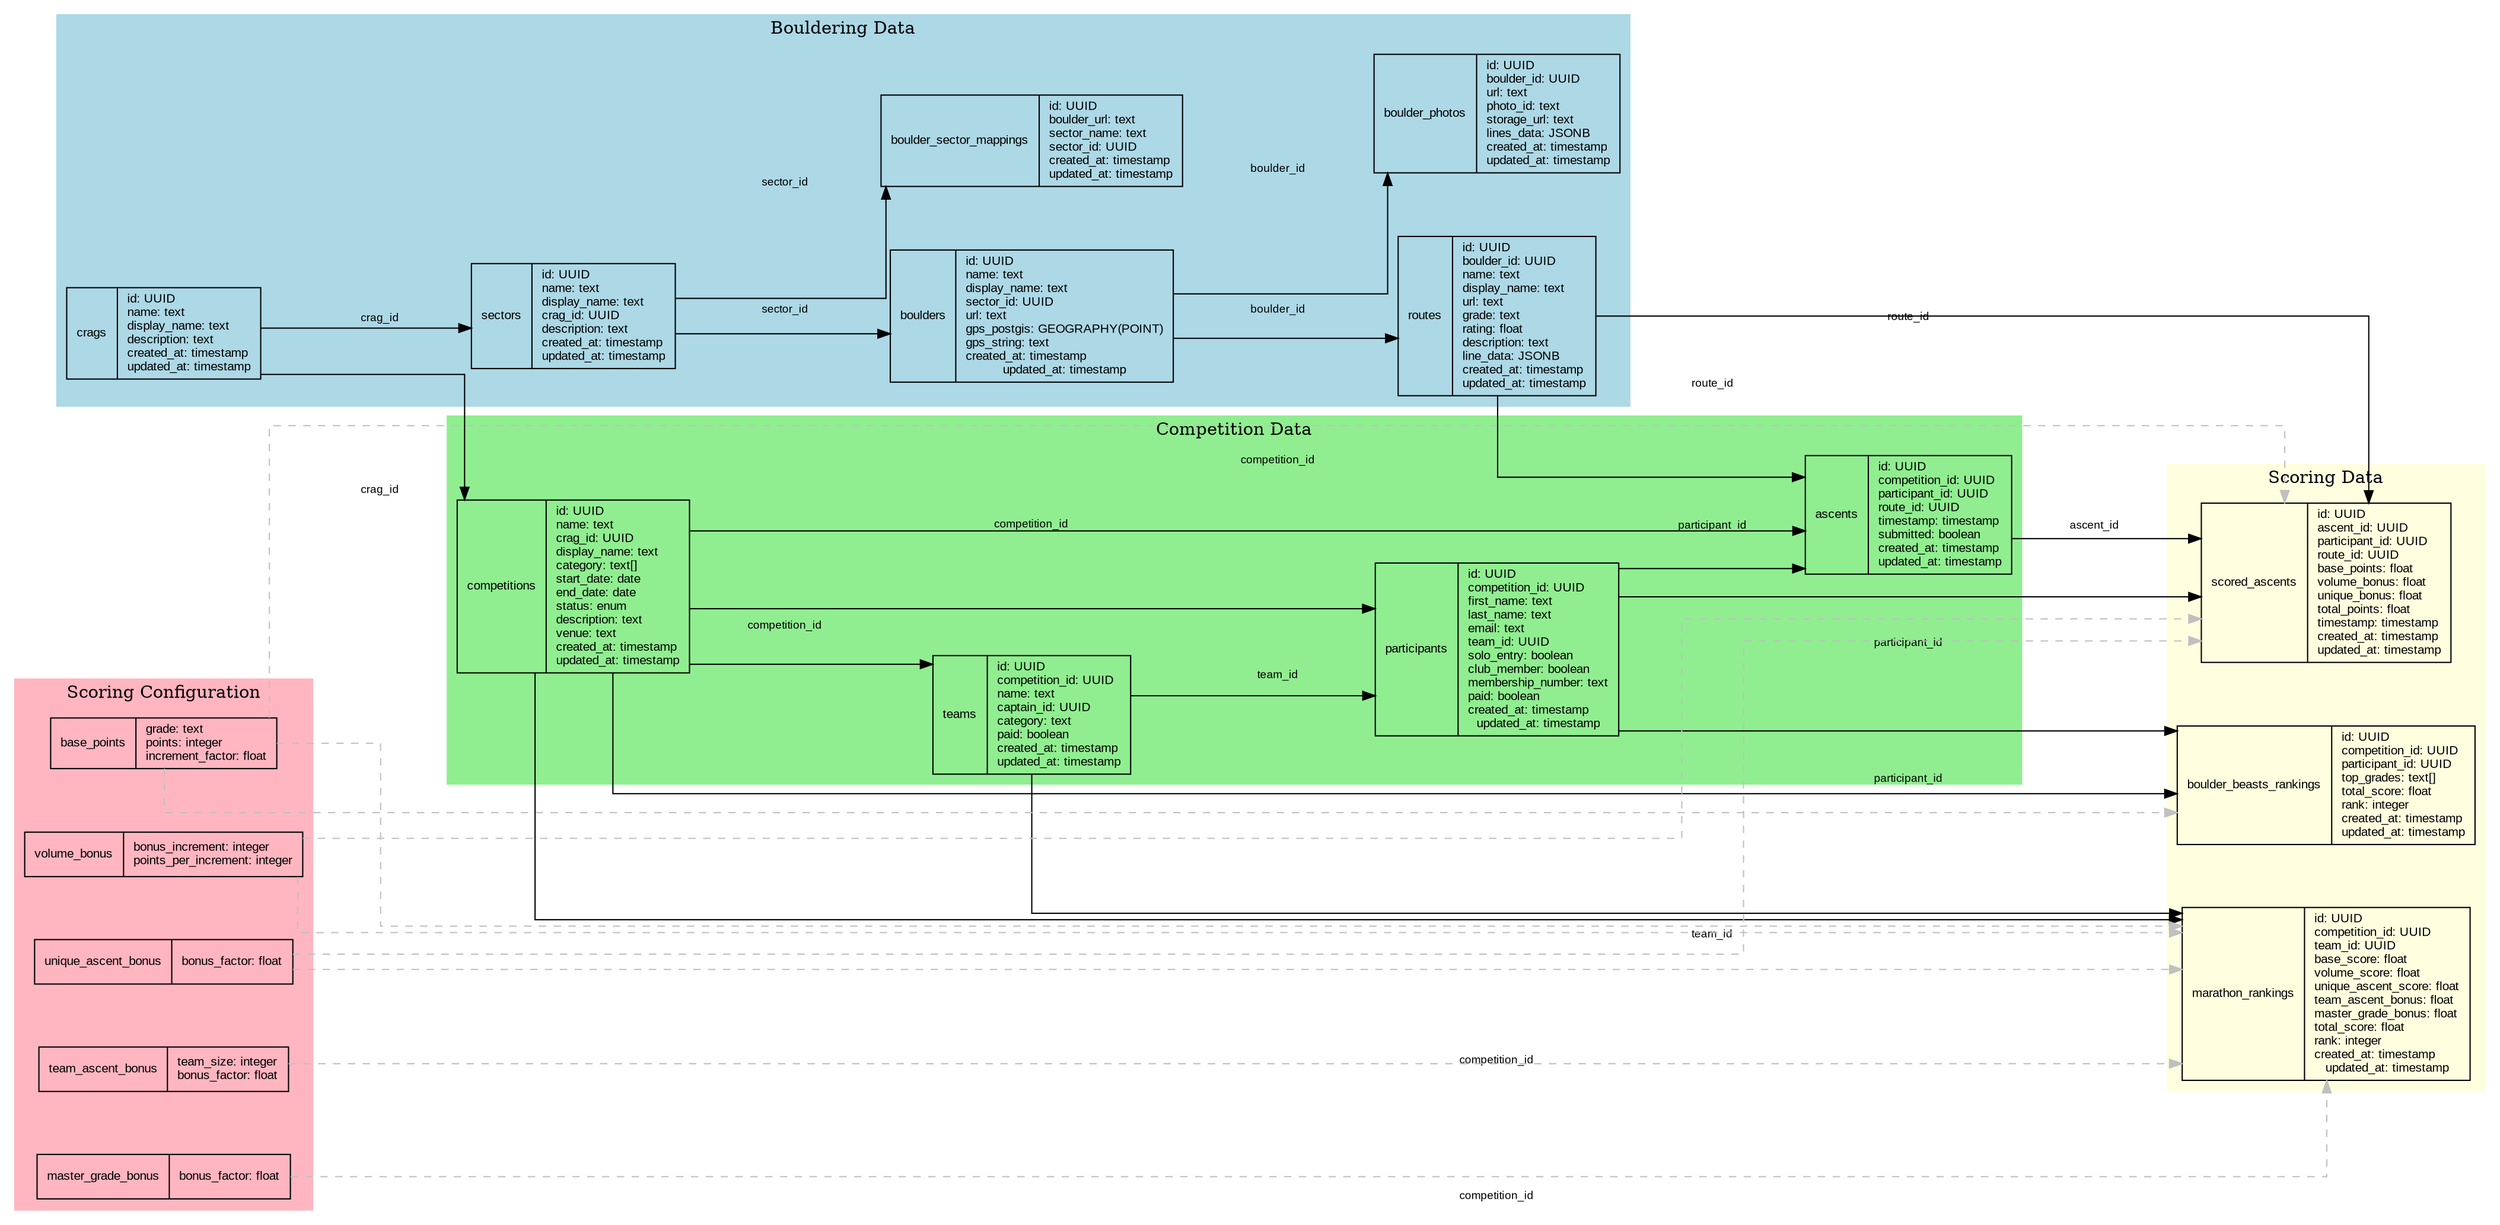
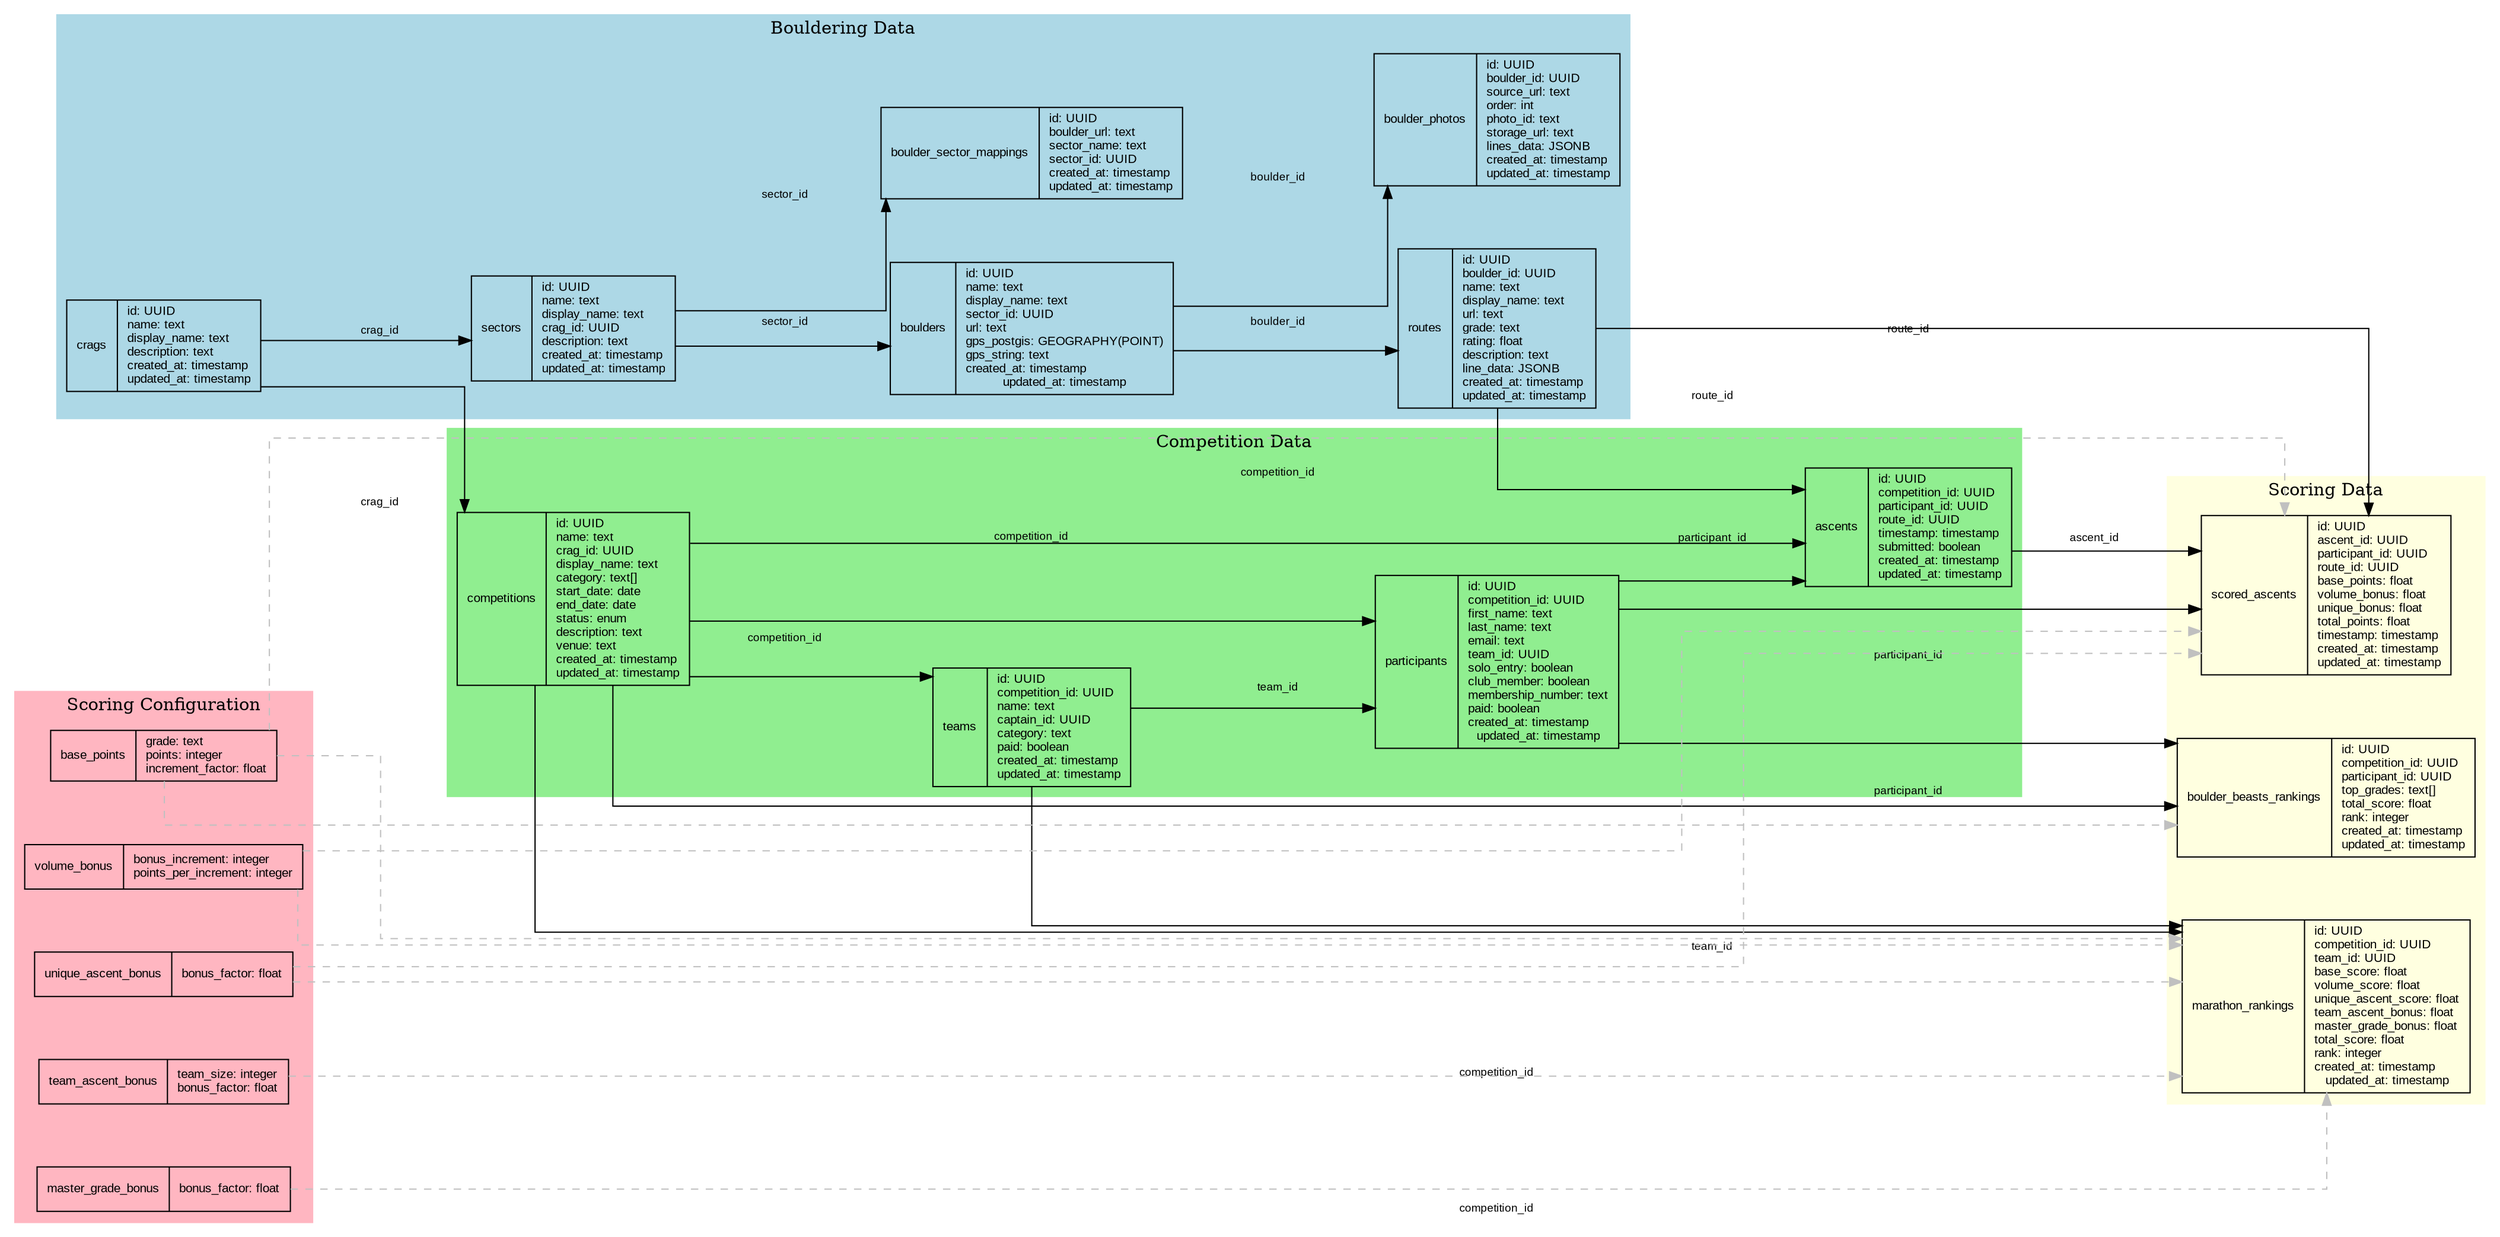
digraph G {
    rankdir=LR;
    node [shape=record, fontname="Arial", fontsize=10];
    edge [fontname="Arial", fontsize=9];

    /* Styling */
    graph [splines=ortho, nodesep=0.7, ranksep=1.3];

    /* Entity Nodes */
    crags [label="{crags|id: UUID\lname: text\ldisplay_name: text\ldescription: text\lcreated_at: timestamp\lupdated_at: timestamp}"];

    sectors [label="{sectors|id: UUID\lname: text\ldisplay_name: text\lcrag_id: UUID\ldescription: text\lcreated_at: timestamp\lupdated_at: timestamp}"];

    boulders [label="{boulders|id: UUID\lname: text\ldisplay_name: text\lsector_id: UUID\lurl: text\lgps_postgis: GEOGRAPHY(POINT)\lgps_string: text\lcreated_at: timestamp\lupdated_at: timestamp}"];

-     boulder_photos [label="{boulder_photos|id: UUID\lboulder_id: UUID\lurl: text\lphoto_id: text\lstorage_url: text\llines_data: JSONB\lcreated_at: timestamp\lupdated_at: timestamp}"];
+     boulder_photos [label="{boulder_photos|id: UUID\lboulder_id: UUID\lsource_url: text\lorder: int\lphoto_id: text\lstorage_url: text\llines_data: JSONB\lcreated_at: timestamp\lupdated_at: timestamp}"];

    routes [label="{routes|id: UUID\lboulder_id: UUID\lname: text\ldisplay_name: text\lurl: text\lgrade: text\lrating: float\ldescription: text\lline_data: JSONB\lcreated_at: timestamp\lupdated_at: timestamp}"];

    boulder_sector_mappings [label="{boulder_sector_mappings|id: UUID\lboulder_url: text\lsector_name: text\lsector_id: UUID\lcreated_at: timestamp\lupdated_at: timestamp}"];

    competitions [label="{competitions|id: UUID\lname: text\lcrag_id: UUID\ldisplay_name: text\lcategory: text[]\lstart_date: date\lend_date: date\lstatus: enum\ldescription: text\lvenue: text\lcreated_at: timestamp\lupdated_at: timestamp}"];

    teams [label="{teams|id: UUID\lcompetition_id: UUID\lname: text\lcaptain_id: UUID\lcategory: text\lpaid: boolean\lcreated_at: timestamp\lupdated_at: timestamp}"];

    participants [label="{participants|id: UUID\lcompetition_id: UUID\lfirst_name: text\llast_name: text\lemail: text\lteam_id: UUID\lsolo_entry: boolean\lclub_member: boolean\lmembership_number: text\lpaid: boolean\lcreated_at: timestamp\lupdated_at: timestamp}"];

    ascents [label="{ascents|id: UUID\lcompetition_id: UUID\lparticipant_id: UUID\lroute_id: UUID\ltimestamp: timestamp\lsubmitted: boolean\lcreated_at: timestamp\lupdated_at: timestamp}"];

    scored_ascents [label="{scored_ascents|id: UUID\lascent_id: UUID\lparticipant_id: UUID\lroute_id: UUID\lbase_points: float\lvolume_bonus: float\lunique_bonus: float\ltotal_points: float\ltimestamp: timestamp\lcreated_at: timestamp\lupdated_at: timestamp}"];

    marathon_rankings [label="{marathon_rankings|id: UUID\lcompetition_id: UUID\lteam_id: UUID\lbase_score: float\lvolume_score: float\lunique_ascent_score: float\lteam_ascent_bonus: float\lmaster_grade_bonus: float\ltotal_score: float\lrank: integer\lcreated_at: timestamp\lupdated_at: timestamp}"];

    boulder_beasts_rankings [label="{boulder_beasts_rankings|id: UUID\lcompetition_id: UUID\lparticipant_id: UUID\ltop_grades: text[]\ltotal_score: float\lrank: integer\lcreated_at: timestamp\lupdated_at: timestamp}"];

    base_points [label="{base_points|grade: text\lpoints: integer\lincrement_factor: float}"];

    volume_bonus [label="{volume_bonus|bonus_increment: integer\lpoints_per_increment: integer}"];

    unique_ascent_bonus [label="{unique_ascent_bonus|bonus_factor: float}"];

    team_ascent_bonus [label="{team_ascent_bonus|team_size: integer\lbonus_factor: float}"];

    master_grade_bonus [label="{master_grade_bonus|bonus_factor: float}"];

    /* Entity Relationships */
    crags -> sectors [label="crag_id", len=1.5];
    sectors -> boulders [label="sector_id", len=1.5];
    boulders -> boulder_photos [label="boulder_id", len=1.5];
    boulders -> routes [label="boulder_id", len=1.5];
    sectors -> boulder_sector_mappings [label="sector_id", len=1.5];

    crags -> competitions [label="crag_id", len=1.5];
    competitions -> teams [label="competition_id", len=1.5];
    competitions -> participants [label="competition_id", len=1.5];
    teams -> participants [label="team_id", len=1.5];

    competitions -> ascents [label="competition_id", len=1.5];
    participants -> ascents [label="participant_id", len=1.5];
    routes -> ascents [label="route_id", len=1.5];

    ascents -> scored_ascents [label="ascent_id", len=1.5];
    participants -> scored_ascents [label="participant_id", len=1.5];
    routes -> scored_ascents [label="route_id", len=1.5];

    competitions -> marathon_rankings [label="competition_id", len=1.5];
    teams -> marathon_rankings [label="team_id", len=1.5];

    competitions -> boulder_beasts_rankings [label="competition_id", len=1.5];
    participants -> boulder_beasts_rankings [label="participant_id", len=1.5];

    /* Scoring config references (subtle dashed edges) */
    base_points -> scored_ascents [color="gray", style="dashed", constraint=false];
    volume_bonus -> scored_ascents [color="gray", style="dashed", constraint=false];
    unique_ascent_bonus -> scored_ascents [color="gray", style="dashed", constraint=false];

    base_points -> marathon_rankings [color="gray", style="dashed", constraint=false];
    volume_bonus -> marathon_rankings [color="gray", style="dashed", constraint=false];
    unique_ascent_bonus -> marathon_rankings [color="gray", style="dashed", constraint=false];
    team_ascent_bonus -> marathon_rankings [color="gray", style="dashed", constraint=false];
    master_grade_bonus -> marathon_rankings [color="gray", style="dashed", constraint=false];

    base_points -> boulder_beasts_rankings [color="gray", style="dashed", constraint=false];

    /* Subgraphs for logical grouping */
    subgraph cluster_boulder_data {
        label = "Bouldering Data";
        color = lightblue;
        style = filled;
        node [style=filled, fillcolor=white];
        crags; sectors; boulders; boulder_photos; routes; boulder_sector_mappings;
    }

    subgraph cluster_competition {
        label = "Competition Data";
        color = lightgreen;
        style = filled;
        node [style=filled, fillcolor=white];
        competitions; teams; participants; ascents;
    }

    subgraph cluster_scoring {
        label = "Scoring Data";
        color = lightyellow;
        style = filled;
        node [style=filled, fillcolor=white];
        scored_ascents; marathon_rankings; boulder_beasts_rankings;
    }

    subgraph cluster_scoring_config {
        label = "Scoring Configuration";
        color = lightpink;
        style = filled;
        node [style=filled, fillcolor=white];
        base_points; volume_bonus; unique_ascent_bonus; team_ascent_bonus; master_grade_bonus;
    }
}